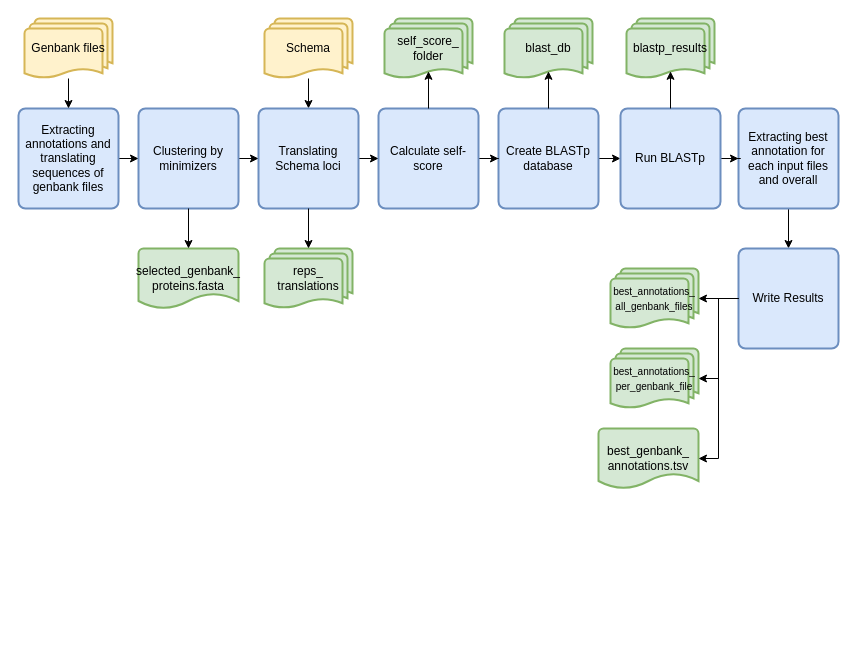
This is SchemaRefinery/docs/user/modules/source/genbank_annotation.drawio from B-UMMI/Schema_Refinery, a draw.io file, before an edit. Source tidied: cells renumbered, new cells numbered last; positions are measured from the earlier drawing's top-left corner, leaving out a move shared by most shapes. Both pictures are drawn from the tidied source at 100%, with x=0, y=0 at pixel (18, 18).
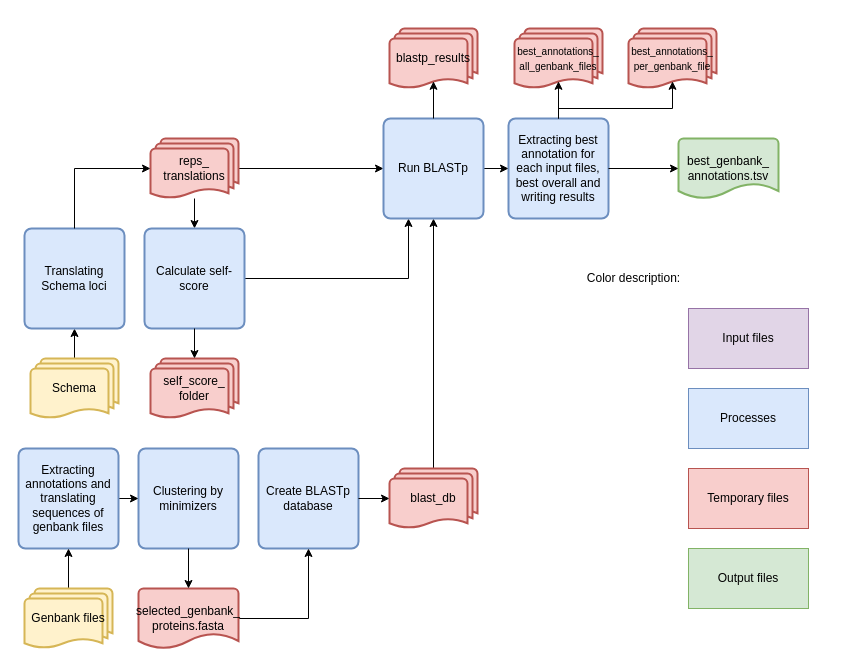
The same diagram, later.

Diff of the diagram source:
```diff
@@
     <mxCell id="3" value="Extracting annotations and translating sequences of genbank files" style="rounded=1;whiteSpace=wrap;html=1;absoluteArcSize=1;arcSize=14;strokeWidth=2;fillColor=#dae8fc;strokeColor=#6c8ebf;" parent="1" vertex="1">
-      <mxGeometry y="90" width="100" height="100" as="geometry" />
+      <mxGeometry y="430" width="100" height="100" as="geometry" />
     </mxCell>
-    <mxCell id="4" style="edgeStyle=orthogonalEdgeStyle;rounded=0;jettySize=auto;html=1;entryX=0.5;entryY=0;entryDx=0;entryDy=0;" parent="1" edge="1" source="5" target="3">
+    <mxCell id="4" style="edgeStyle=orthogonalEdgeStyle;rounded=0;jettySize=auto;html=1;entryX=0.5;entryY=1;entryDx=0;entryDy=0;" parent="1" edge="1" source="5" target="3">
       <mxGeometry relative="1" as="geometry" />
     </mxCell>
     <mxCell id="5" value="Genbank files" style="strokeWidth=2;html=1;shape=mxgraph.flowchart.multi-document;whiteSpace=wrap;fillColor=#fff2cc;strokeColor=#d6b656;" parent="1" vertex="1">
-      <mxGeometry x="6" width="88" height="60" as="geometry" />
+      <mxGeometry x="6" y="570" width="88" height="60" as="geometry" />
     </mxCell>
-    <mxCell id="6" style="edgeStyle=orthogonalEdgeStyle;rounded=0;jettySize=auto;html=1;entryX=0;entryY=0.5;entryDx=0;entryDy=0;" parent="1" edge="1" source="7" target="13">
-      <mxGeometry relative="1" as="geometry" />
-    </mxCell>
     <mxCell id="7" value="Clustering by minimizers" style="rounded=1;whiteSpace=wrap;html=1;absoluteArcSize=1;arcSize=14;strokeWidth=2;fillColor=#dae8fc;strokeColor=#6c8ebf;" parent="1" vertex="1">
-      <mxGeometry x="120" y="90" width="100" height="100" as="geometry" />
+      <mxGeometry x="120" y="430" width="100" height="100" as="geometry" />
     </mxCell>
-    <mxCell id="8" style="edgeStyle=orthogonalEdgeStyle;rounded=0;jettySize=auto;html=1;entryX=0;entryY=0.5;entryDx=0;entryDy=0;" parent="1" edge="1" source="9" target="34">
-      <mxGeometry relative="1" as="geometry" />
-    </mxCell>
     <mxCell id="9" value="Create BLASTp database" style="rounded=1;whiteSpace=wrap;html=1;absoluteArcSize=1;arcSize=14;strokeWidth=2;fillColor=#dae8fc;strokeColor=#6c8ebf;" parent="1" vertex="1">
-      <mxGeometry x="480" y="90" width="100" height="100" as="geometry" />
+      <mxGeometry x="240" y="430" width="100" height="100" as="geometry" />
     </mxCell>
-    <mxCell id="10" style="edgeStyle=orthogonalEdgeStyle;rounded=0;jettySize=auto;html=1;" parent="1" edge="1" source="11" target="13">
+    <mxCell id="10" style="edgeStyle=orthogonalEdgeStyle;rounded=0;jettySize=auto;html=1;entryX=0.5;entryY=1;entryDx=0;entryDy=0;" parent="1" edge="1" source="11" target="13">
       <mxGeometry relative="1" as="geometry" />
     </mxCell>
     <mxCell id="11" value="Schema" style="strokeWidth=2;html=1;shape=mxgraph.flowchart.multi-document;whiteSpace=wrap;fillColor=#fff2cc;strokeColor=#d6b656;" parent="1" vertex="1">
-      <mxGeometry x="246" width="88" height="60" as="geometry" />
+      <mxGeometry x="12" y="340" width="88" height="60" as="geometry" />
     </mxCell>
-    <mxCell id="12" style="edgeStyle=orthogonalEdgeStyle;rounded=0;jettySize=auto;html=1;" parent="1" edge="1" source="13" target="30">
-      <mxGeometry relative="1" as="geometry" />
-    </mxCell>
     <mxCell id="13" value="Translating Schema loci" style="rounded=1;whiteSpace=wrap;html=1;absoluteArcSize=1;arcSize=14;strokeWidth=2;fillColor=#dae8fc;strokeColor=#6c8ebf;" parent="1" vertex="1">
-      <mxGeometry x="240" y="90" width="100" height="100" as="geometry" />
+      <mxGeometry x="6" y="210" width="100" height="100" as="geometry" />
     </mxCell>
+    <mxCell id="37" style="edgeStyle=orthogonalEdgeStyle;rounded=0;jettySize=auto;html=1;entryX=0.5;entryY=0;entryDx=0;entryDy=0;" parent="1" edge="1" source="14" target="30">
+      <mxGeometry relative="1" as="geometry" />
+    </mxCell>
+    <mxCell id="38" style="edgeStyle=orthogonalEdgeStyle;rounded=0;jettySize=auto;html=1;entryX=0;entryY=0.5;entryDx=0;entryDy=0;" parent="1" edge="1" source="14" target="34">
+      <mxGeometry relative="1" as="geometry" />
+    </mxCell>
-    <mxCell id="14" value="reps_&lt;div&gt;translations&lt;/div&gt;" style="strokeWidth=2;html=1;shape=mxgraph.flowchart.multi-document;whiteSpace=wrap;fillColor=#d5e8d4;strokeColor=#82b366;" parent="1" vertex="1">
-      <mxGeometry x="246" y="230" width="88" height="60" as="geometry" />
+    <mxCell id="14" value="reps_&lt;div&gt;translations&lt;/div&gt;" style="strokeWidth=2;html=1;shape=mxgraph.flowchart.multi-document;whiteSpace=wrap;fillColor=#f8cecc;strokeColor=#b85450;" parent="1" vertex="1">
+      <mxGeometry x="132" y="120" width="88" height="60" as="geometry" />
     </mxCell>
-    <mxCell id="15" style="edgeStyle=orthogonalEdgeStyle;rounded=0;jettySize=auto;html=1;entryX=0.5;entryY=0;entryDx=0;entryDy=0;entryPerimeter=0;" parent="1" edge="1" source="13" target="14">
-      <mxGeometry relative="1" as="geometry" />
-    </mxCell>
+    <mxCell id="39" style="edgeStyle=orthogonalEdgeStyle;rounded=0;jettySize=auto;html=1;entryX=0.5;entryY=1;entryDx=0;entryDy=0;" parent="1" edge="1" source="16" target="9">
+      <mxGeometry relative="1" as="geometry" />
+    </mxCell>
-    <mxCell id="16" value="selected_genbank_&lt;div&gt;proteins.fasta&lt;/div&gt;" style="strokeWidth=2;html=1;shape=mxgraph.flowchart.document2;whiteSpace=wrap;size=0.25;fillColor=#d5e8d4;strokeColor=#82b366;" parent="1" vertex="1">
-      <mxGeometry x="120" y="230" width="100" height="60" as="geometry" />
+    <mxCell id="16" value="selected_genbank_&lt;div&gt;proteins.fasta&lt;/div&gt;" style="strokeWidth=2;html=1;shape=mxgraph.flowchart.document2;whiteSpace=wrap;size=0.25;fillColor=#f8cecc;strokeColor=#b85450;" parent="1" vertex="1">
+      <mxGeometry x="120" y="570" width="100" height="60" as="geometry" />
     </mxCell>
@@
+    <mxCell id="40" style="edgeStyle=orthogonalEdgeStyle;rounded=0;jettySize=auto;html=1;entryX=0.5;entryY=1;entryDx=0;entryDy=0;" parent="1" edge="1" source="18" target="34">
+      <mxGeometry relative="1" as="geometry" />
+    </mxCell>
-    <mxCell id="18" value="blast_db" style="strokeWidth=2;html=1;shape=mxgraph.flowchart.multi-document;whiteSpace=wrap;fillColor=#d5e8d4;strokeColor=#82b366;" parent="1" vertex="1">
-      <mxGeometry x="486" width="88" height="60" as="geometry" />
+    <mxCell id="18" value="blast_db" style="strokeWidth=2;html=1;shape=mxgraph.flowchart.multi-document;whiteSpace=wrap;fillColor=#f8cecc;strokeColor=#b85450;" parent="1" vertex="1">
+      <mxGeometry x="371" y="450" width="88" height="60" as="geometry" />
     </mxCell>
-    <mxCell id="19" style="edgeStyle=orthogonalEdgeStyle;rounded=0;jettySize=auto;html=1;entryX=0.5;entryY=0;entryDx=0;entryDy=0;" parent="1" edge="1" source="20" target="21">
-      <mxGeometry relative="1" as="geometry" />
-    </mxCell>
-    <mxCell id="20" value="Extracting best annotation for each input files and overall" style="rounded=1;whiteSpace=wrap;html=1;absoluteArcSize=1;arcSize=14;strokeWidth=2;fillColor=#dae8fc;strokeColor=#6c8ebf;" parent="1" vertex="1">
-      <mxGeometry x="720" y="90" width="100" height="100" as="geometry" />
+    <mxCell id="20" value="Extracting best annotation for each input files, best overall and writing results" style="rounded=1;whiteSpace=wrap;html=1;absoluteArcSize=1;arcSize=14;strokeWidth=2;fillColor=#dae8fc;strokeColor=#6c8ebf;" parent="1" vertex="1">
+      <mxGeometry x="490" y="100" width="100" height="100" as="geometry" />
     </mxCell>
-    <mxCell id="21" value="Write Results" style="rounded=1;whiteSpace=wrap;html=1;absoluteArcSize=1;arcSize=14;strokeWidth=2;fillColor=#dae8fc;strokeColor=#6c8ebf;" parent="1" vertex="1">
-      <mxGeometry x="720" y="230" width="100" height="100" as="geometry" />
-    </mxCell>
-    <mxCell id="22" value="&lt;font style=&quot;font-size: 10px;&quot;&gt;best_annotations_&lt;/font&gt;&lt;div&gt;&lt;font style=&quot;font-size: 10px;&quot;&gt;all_genbank_files&lt;/font&gt;&lt;/div&gt;" style="strokeWidth=2;html=1;shape=mxgraph.flowchart.multi-document;whiteSpace=wrap;fillColor=#d5e8d4;strokeColor=#82b366;" parent="1" vertex="1">
-      <mxGeometry x="592" y="250" width="88" height="60" as="geometry" />
+    <mxCell id="22" value="&lt;font style=&quot;font-size: 10px;&quot;&gt;best_annotations_&lt;/font&gt;&lt;div&gt;&lt;font style=&quot;font-size: 10px;&quot;&gt;all_genbank_files&lt;/font&gt;&lt;/div&gt;" style="strokeWidth=2;html=1;shape=mxgraph.flowchart.multi-document;whiteSpace=wrap;fillColor=#f8cecc;strokeColor=#b85450;" parent="1" vertex="1">
+      <mxGeometry x="496" y="10" width="88" height="60" as="geometry" />
     </mxCell>
-    <mxCell id="23" style="edgeStyle=orthogonalEdgeStyle;rounded=0;jettySize=auto;html=1;entryX=1;entryY=0.5;entryDx=0;entryDy=0;entryPerimeter=0;" parent="1" edge="1" source="21" target="22">
-      <mxGeometry relative="1" as="geometry" />
-    </mxCell>
-    <mxCell id="24" value="&lt;font style=&quot;font-size: 10px;&quot;&gt;best_annotations_&lt;/font&gt;&lt;div&gt;&lt;font style=&quot;font-size: 10px;&quot;&gt;per_genbank_file&lt;/font&gt;&lt;/div&gt;" style="strokeWidth=2;html=1;shape=mxgraph.flowchart.multi-document;whiteSpace=wrap;fillColor=#d5e8d4;strokeColor=#82b366;" parent="1" vertex="1">
-      <mxGeometry x="592" y="330" width="88" height="60" as="geometry" />
+    <mxCell id="24" value="&lt;font style=&quot;font-size: 10px;&quot;&gt;best_annotations_&lt;/font&gt;&lt;div&gt;&lt;font style=&quot;font-size: 10px;&quot;&gt;per_genbank_file&lt;/font&gt;&lt;/div&gt;" style="strokeWidth=2;html=1;shape=mxgraph.flowchart.multi-document;whiteSpace=wrap;fillColor=#f8cecc;strokeColor=#b85450;" parent="1" vertex="1">
+      <mxGeometry x="610" y="10" width="88" height="60" as="geometry" />
     </mxCell>
-    <mxCell id="25" style="edgeStyle=orthogonalEdgeStyle;rounded=0;jettySize=auto;html=1;entryX=1;entryY=0.5;entryDx=0;entryDy=0;entryPerimeter=0;" parent="1" edge="1" source="21" target="24">
-      <mxGeometry relative="1" as="geometry" />
-    </mxCell>
     <mxCell id="26" value="best_genbank_&lt;div&gt;annotations.tsv&lt;/div&gt;" style="strokeWidth=2;html=1;shape=mxgraph.flowchart.document2;whiteSpace=wrap;size=0.25;fillColor=#d5e8d4;strokeColor=#82b366;" parent="1" vertex="1">
-      <mxGeometry x="580" y="410" width="100" height="60" as="geometry" />
+      <mxGeometry x="660" y="120" width="100" height="60" as="geometry" />
     </mxCell>
-    <mxCell id="27" style="edgeStyle=orthogonalEdgeStyle;rounded=0;jettySize=auto;html=1;entryX=0.5;entryY=0.88;entryDx=0;entryDy=0;entryPerimeter=0;" parent="1" edge="1" source="9" target="18">
-      <mxGeometry relative="1" as="geometry" />
-    </mxCell>
-    <mxCell id="28" style="edgeStyle=orthogonalEdgeStyle;rounded=0;jettySize=auto;html=1;entryX=1;entryY=0.5;entryDx=0;entryDy=0;entryPerimeter=0;" parent="1" edge="1" source="21" target="26">
-      <mxGeometry relative="1" as="geometry" />
-    </mxCell>
-    <mxCell id="29" style="edgeStyle=orthogonalEdgeStyle;rounded=0;jettySize=auto;html=1;" parent="1" edge="1" source="30" target="9">
-      <mxGeometry relative="1" as="geometry" />
-    </mxCell>
+    <mxCell id="41" style="edgeStyle=orthogonalEdgeStyle;rounded=0;jettySize=auto;html=1;entryX=0.25;entryY=1;entryDx=0;entryDy=0;" parent="1" edge="1" source="30" target="34">
+      <mxGeometry relative="1" as="geometry" />
+    </mxCell>
     <mxCell id="30" value="Calculate self-score" style="rounded=1;whiteSpace=wrap;html=1;absoluteArcSize=1;arcSize=14;strokeWidth=2;fillColor=#dae8fc;strokeColor=#6c8ebf;" parent="1" vertex="1">
-      <mxGeometry x="360" y="90" width="100" height="100" as="geometry" />
+      <mxGeometry x="126" y="210" width="100" height="100" as="geometry" />
     </mxCell>
-    <mxCell id="31" value="self_score_&lt;div&gt;folder&lt;/div&gt;" style="strokeWidth=2;html=1;shape=mxgraph.flowchart.multi-document;whiteSpace=wrap;fillColor=#d5e8d4;strokeColor=#82b366;" parent="1" vertex="1">
-      <mxGeometry x="366" width="88" height="60" as="geometry" />
+    <mxCell id="31" value="self_score_&lt;div&gt;folder&lt;/div&gt;" style="strokeWidth=2;html=1;shape=mxgraph.flowchart.multi-document;whiteSpace=wrap;fillColor=#f8cecc;strokeColor=#b85450;" parent="1" vertex="1">
+      <mxGeometry x="132" y="340" width="88" height="60" as="geometry" />
     </mxCell>
-    <mxCell id="32" style="edgeStyle=orthogonalEdgeStyle;rounded=0;jettySize=auto;html=1;entryX=0.5;entryY=0.88;entryDx=0;entryDy=0;entryPerimeter=0;" parent="1" edge="1" source="30" target="31">
-      <mxGeometry relative="1" as="geometry" />
-    </mxCell>
-    <mxCell id="33" style="edgeStyle=orthogonalEdgeStyle;rounded=0;jettySize=auto;html=1;entryX=0;entryY=0.5;entryDx=0;entryDy=0;" parent="1" edge="1" source="34" target="20">
+    <mxCell id="33" style="edgeStyle=orthogonalEdgeStyle;rounded=0;jettySize=auto;html=1;" parent="1" edge="1" source="34" target="20">
       <mxGeometry relative="1" as="geometry" />
     </mxCell>
     <mxCell id="34" value="Run BLASTp" style="rounded=1;whiteSpace=wrap;html=1;absoluteArcSize=1;arcSize=14;strokeWidth=2;fillColor=#dae8fc;strokeColor=#6c8ebf;" parent="1" vertex="1">
-      <mxGeometry x="602" y="90" width="100" height="100" as="geometry" />
+      <mxGeometry x="365" y="100" width="100" height="100" as="geometry" />
     </mxCell>
-    <mxCell id="35" value="blastp_results" style="strokeWidth=2;html=1;shape=mxgraph.flowchart.multi-document;whiteSpace=wrap;fillColor=#d5e8d4;strokeColor=#82b366;" parent="1" vertex="1">
-      <mxGeometry x="608" width="88" height="60" as="geometry" />
+    <mxCell id="35" value="blastp_results" style="strokeWidth=2;html=1;shape=mxgraph.flowchart.multi-document;whiteSpace=wrap;fillColor=#f8cecc;strokeColor=#b85450;" parent="1" vertex="1">
+      <mxGeometry x="371" y="10" width="88" height="60" as="geometry" />
     </mxCell>
+    <mxCell id="27" style="edgeStyle=orthogonalEdgeStyle;rounded=0;jettySize=auto;html=1;entryX=0;entryY=0.5;entryDx=0;entryDy=0;entryPerimeter=0;" parent="1" edge="1" source="9" target="18">
+      <mxGeometry relative="1" as="geometry" />
+    </mxCell>
+    <mxCell id="32" style="edgeStyle=orthogonalEdgeStyle;rounded=0;jettySize=auto;html=1;entryX=0.5;entryY=0;entryDx=0;entryDy=0;entryPerimeter=0;" parent="1" edge="1" source="30" target="31">
+      <mxGeometry relative="1" as="geometry" />
+    </mxCell>
@@
+    <mxCell id="42" style="edgeStyle=orthogonalEdgeStyle;rounded=0;jettySize=auto;html=1;entryX=0;entryY=0.5;entryDx=0;entryDy=0;entryPerimeter=0;" parent="1" edge="1" source="20" target="26">
+      <mxGeometry relative="1" as="geometry" />
+    </mxCell>
+    <mxCell id="43" style="edgeStyle=orthogonalEdgeStyle;rounded=0;jettySize=auto;html=1;entryX=0.5;entryY=0.88;entryDx=0;entryDy=0;entryPerimeter=0;" parent="1" edge="1" source="20" target="22">
+      <mxGeometry relative="1" as="geometry" />
+    </mxCell>
+    <mxCell id="44" style="edgeStyle=orthogonalEdgeStyle;rounded=0;jettySize=auto;html=1;entryX=0.5;entryY=0.88;entryDx=0;entryDy=0;entryPerimeter=0;" parent="1" edge="1" source="20" target="24">
+      <mxGeometry relative="1" as="geometry">
+        <Array as="points">
+          <mxPoint x="540" y="90" />
+          <mxPoint x="654" y="90" />
+        </Array>
+      </mxGeometry>
+    </mxCell>
+    <mxCell id="45" value="Processes" style="rounded=0;whiteSpace=wrap;html=1;fillColor=#dae8fc;strokeColor=#6c8ebf;" parent="1" vertex="1">
+      <mxGeometry x="670" y="370" width="120" height="60" as="geometry" />
+    </mxCell>
+    <mxCell id="46" value="Temporary files" style="rounded=0;whiteSpace=wrap;html=1;fillColor=#f8cecc;strokeColor=#b85450;" parent="1" vertex="1">
+      <mxGeometry x="670" y="450" width="120" height="60" as="geometry" />
+    </mxCell>
+    <mxCell id="47" value="Input files" style="rounded=0;whiteSpace=wrap;html=1;fillColor=#e1d5e7;strokeColor=#9673a6;" parent="1" vertex="1">
+      <mxGeometry x="670" y="290" width="120" height="60" as="geometry" />
+    </mxCell>
+    <mxCell id="48" value="Output files" style="rounded=0;whiteSpace=wrap;html=1;fillColor=#d5e8d4;strokeColor=#82b366;" parent="1" vertex="1">
+      <mxGeometry x="670" y="530" width="120" height="60" as="geometry" />
+    </mxCell>
+    <mxCell id="49" value="Color description:" style="text;html=1;align=center;verticalAlign=middle;strokeColor=none;fillColor=none;" parent="1" vertex="1">
+      <mxGeometry x="560" y="245" width="110" height="30" as="geometry" />
+    </mxCell>
+    <mxCell id="15" style="edgeStyle=orthogonalEdgeStyle;rounded=0;jettySize=auto;html=1;entryX=0;entryY=0.5;entryDx=0;entryDy=0;entryPerimeter=0;" parent="1" edge="1" source="13" target="14">
+      <mxGeometry relative="1" as="geometry">
+        <Array as="points">
+          <mxPoint x="56" y="150" />
+        </Array>
+      </mxGeometry>
+    </mxCell>
```
